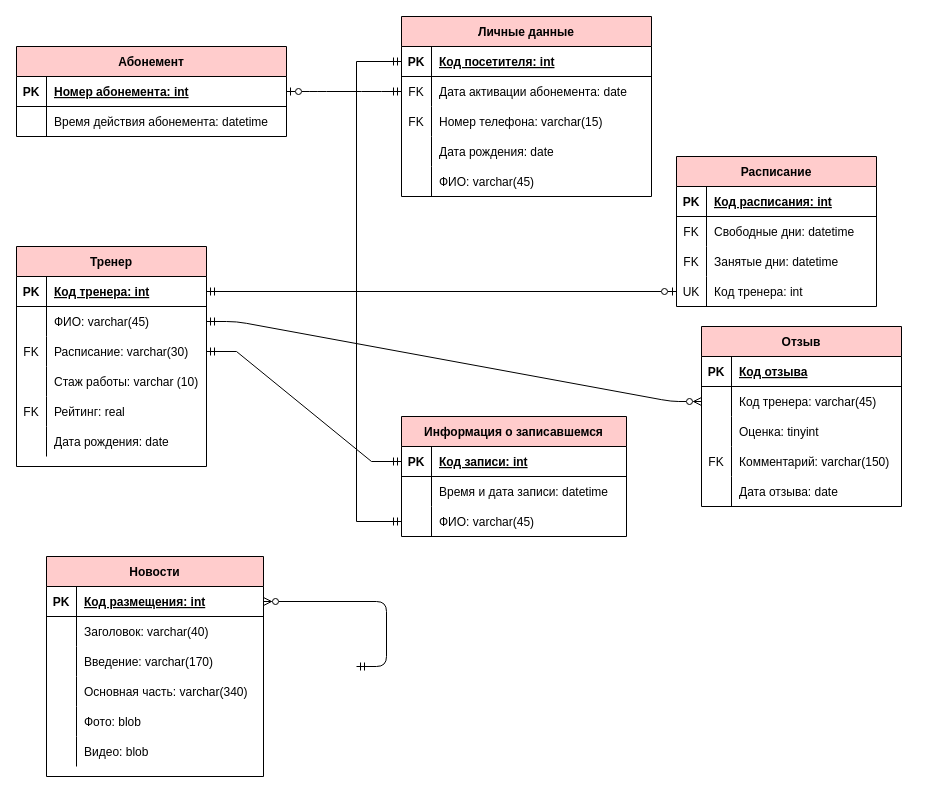
Above: page "Page-1" (1 of 2) of Diagrams/ER3.drawio in yuliapyrikova/- (draw.io), before the change. Source tidied: cells renumbered, new cells numbered last; positions are measured from the earlier drawing's top-left corner, leaving out a move shared by most shapes. Both pictures are drawn from the tidied source at 100%, with x=0, y=0 at pixel (16, 16).
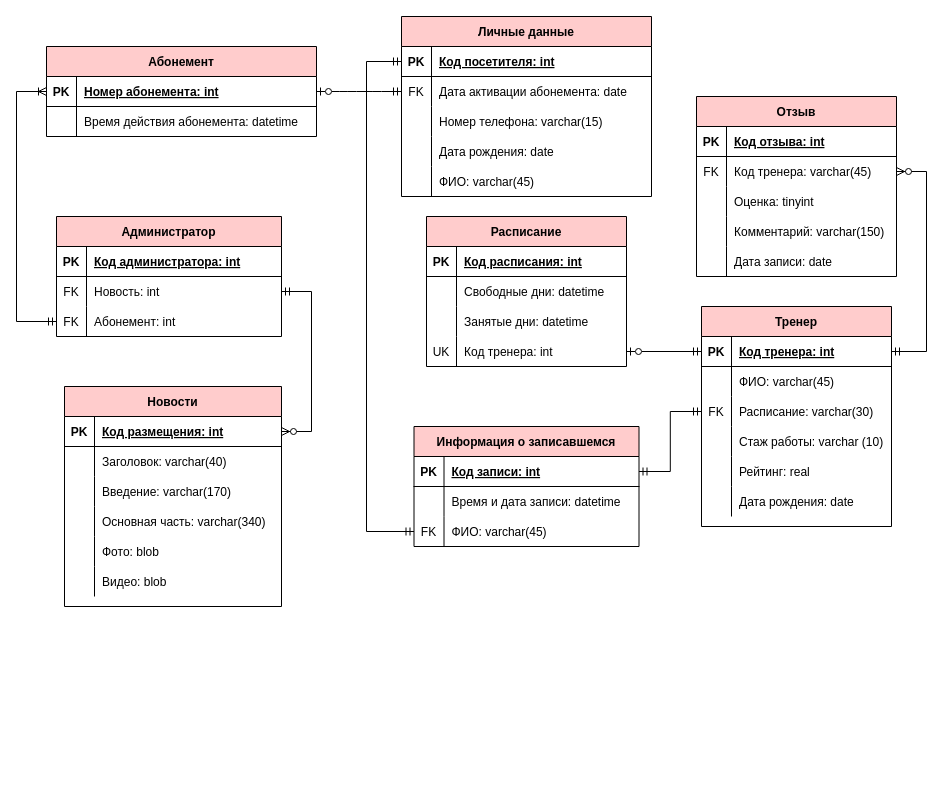
The same diagram, later.

Unchanged cells that the change refers to:
```xml
<mxCell id="3" style="shape=partialRectangle;fillColor=none;points=[[0,0.5],[1,0.5]];portConstraint=eastwest;top=0;left=0;right=0;bottom=1;strokeColor=#000000;fontColor=#000000;" parent="2" vertex="1">
  <mxGeometry y="30" width="250" height="30" as="geometry" />
</mxCell>
<mxCell id="9" style="shape=partialRectangle;fillColor=none;top=0;left=0;right=0;bottom=0;strokeColor=#000000;fontColor=#000000;" parent="2" vertex="1">
  <mxGeometry y="90" width="250" height="30" as="geometry" />
</mxCell>
<mxCell id="22" style="shape=partialRectangle;fillColor=none;top=0;left=0;right=0;bottom=0;strokeColor=#000000;fontColor=#000000;" parent="18" vertex="1">
  <mxGeometry y="60" width="200" height="30" as="geometry" />
</mxCell>
<mxCell id="25" style="shape=partialRectangle;fillColor=none;top=0;left=0;right=0;bottom=0;strokeColor=#000000;fontColor=#000000;" parent="18" vertex="1">
  <mxGeometry y="90" width="200" height="30" as="geometry" />
</mxCell>
<mxCell id="28" style="shape=partialRectangle;fillColor=none;top=0;left=0;bottom=0;right=0;points=[[0,0.5],[1,0.5]];portConstraint=eastwest;strokeColor=#000000;fontColor=#000000;" parent="18" vertex="1">
  <mxGeometry y="120" width="200" height="30" as="geometry" />
</mxCell>
<mxCell id="32" style="shape=partialRectangle;fillColor=none;points=[[0,0.5],[1,0.5]];portConstraint=eastwest;top=0;left=0;right=0;bottom=1;strokeColor=#000000;fontColor=#000000;" parent="31" vertex="1">
  <mxGeometry y="30" width="270" height="30" as="geometry" />
</mxCell>
<mxCell id="40" style="shape=partialRectangle;fillColor=none;top=0;left=0;bottom=1;right=0;points=[[0,0.5],[1,0.5]];portConstraint=eastwest;strokeColor=#000000;fontColor=#000000;" parent="39" vertex="1">
  <mxGeometry y="30" width="190" height="30" as="geometry" />
</mxCell>
<mxCell id="43" style="shape=partialRectangle;fillColor=none;top=0;left=0;bottom=0;right=0;points=[[0,0.5],[1,0.5]];portConstraint=eastwest;strokeColor=#000000;fontColor=#000000;" parent="39" vertex="1">
  <mxGeometry y="60" width="190" height="30" as="geometry" />
</mxCell>
<mxCell id="46" style="shape=partialRectangle;fillColor=none;top=0;left=0;bottom=0;right=0;points=[[0,0.5],[1,0.5]];portConstraint=eastwest;strokeColor=#000000;fontColor=#000000;" parent="39" vertex="1">
  <mxGeometry y="90" width="190" height="30" as="geometry" />
</mxCell>
<mxCell id="52" style="shape=partialRectangle;fillColor=none;top=0;left=0;bottom=0;right=0;strokeColor=#000000;fontColor=#000000;" parent="39" vertex="1">
  <mxGeometry y="150" width="190" height="30" as="geometry" />
</mxCell>
<mxCell id="60" style="shape=partialRectangle;fillColor=none;top=0;left=0;bottom=1;right=0;strokeColor=#000000;fontColor=#000000;" parent="59" vertex="1">
  <mxGeometry y="30" width="200" height="30" as="geometry" />
</mxCell>
<mxCell id="63" style="shape=partialRectangle;fillColor=none;top=0;left=0;bottom=0;right=0;points=[[0,0.5],[1,0.5]];portConstraint=eastwest;strokeColor=#000000;fontColor=#000000;" parent="59" vertex="1">
  <mxGeometry y="60" width="200" height="30" as="geometry" />
</mxCell>
<mxCell id="69" style="shape=partialRectangle;fillColor=none;top=0;left=0;bottom=0;right=0;strokeColor=#000000;fontColor=#000000;" parent="59" vertex="1">
  <mxGeometry y="120" width="200" height="30" as="geometry" />
</mxCell>
<mxCell id="72" style="shape=partialRectangle;fillColor=none;top=0;left=0;bottom=0;right=0;strokeColor=#000000;fontColor=#000000;" parent="59" vertex="1">
  <mxGeometry y="150" width="200" height="30" as="geometry" />
</mxCell>
<mxCell id="76" style="shape=partialRectangle;fillColor=none;top=0;left=0;bottom=1;right=0;points=[[0,0.5],[1,0.5]];portConstraint=eastwest;strokeColor=#000000;fontColor=#000000;" parent="75" vertex="1">
  <mxGeometry y="30" width="217" height="30" as="geometry" />
</mxCell>
<mxCell id="98" style="shape=partialRectangle;fillColor=none;points=[[0,0.5],[1,0.5]];portConstraint=eastwest;top=0;left=0;right=0;bottom=1;strokeColor=#000000;fontColor=#000000;" parent="97" vertex="1">
  <mxGeometry y="30" width="225" height="30" as="geometry" />
</mxCell>
<mxCell id="104" style="shape=partialRectangle;fillColor=none;top=0;left=0;bottom=0;right=0;points=[[0,0.5],[1,0.5]];portConstraint=eastwest;strokeColor=#000000;fontColor=#000000;" parent="97" vertex="1">
  <mxGeometry y="90" width="225" height="30" as="geometry" />
</mxCell>
```

Diff of the diagram source:
```diff
@@
-    <mxCell id="10" value="FK" style="shape=partialRectangle;overflow=hidden;fillColor=none;top=0;left=0;bottom=0;right=0;strokeColor=#000000;fontColor=#000000;" parent="9" vertex="1">
+    <mxCell id="10" style="shape=partialRectangle;overflow=hidden;fillColor=none;top=0;left=0;bottom=0;right=0;strokeColor=#000000;fontColor=#000000;" parent="9" vertex="1">
       <mxGeometry width="30" height="30" as="geometry" />
     </mxCell>
@@
     <mxCell id="18" value="Расписание" style="shape=table;startSize=30;childLayout=tableLayout;rowLines=0;fontStyle=1;align=center;fillColor=#FFCCCC;strokeColor=#000000;fontColor=#000000;" parent="1" vertex="1">
-      <mxGeometry x="660" y="140" width="200" height="150" as="geometry" />
+      <mxGeometry x="410" y="200" width="200" height="150" as="geometry" />
     </mxCell>
@@
-    <mxCell id="23" value="FK" style="shape=partialRectangle;overflow=hidden;fillColor=none;top=0;left=0;bottom=0;right=0;strokeColor=#000000;fontColor=#000000;" parent="22" vertex="1">
+    <mxCell id="23" style="shape=partialRectangle;overflow=hidden;fillColor=none;top=0;left=0;bottom=0;right=0;strokeColor=#000000;fontColor=#000000;" parent="22" vertex="1">
       <mxGeometry width="30" height="30" as="geometry" />
     </mxCell>
@@
-    <mxCell id="26" value="FK" style="shape=partialRectangle;overflow=hidden;fillColor=none;top=0;left=0;bottom=0;right=0;strokeColor=#000000;fontColor=#000000;" parent="25" vertex="1">
+    <mxCell id="26" style="shape=partialRectangle;overflow=hidden;fillColor=none;top=0;left=0;bottom=0;right=0;strokeColor=#000000;fontColor=#000000;" parent="25" vertex="1">
       <mxGeometry width="30" height="30" as="geometry" />
     </mxCell>
@@
     <mxCell id="31" value="Абонемент" style="shape=table;startSize=30;childLayout=tableLayout;rowLines=0;fontStyle=1;align=center;fillColor=#FFCCCC;strokeColor=#000000;fontColor=#000000;" parent="1" vertex="1">
-      <mxGeometry y="30" width="270" height="90" as="geometry" />
+      <mxGeometry x="30" y="30" width="270" height="90" as="geometry" />
     </mxCell>
@@
     <mxCell id="39" value="Тренер" style="shape=table;startSize=30;childLayout=tableLayout;rowLines=0;fontStyle=1;align=center;fillColor=#FFCCCC;strokeColor=#000000;fontColor=#000000;" parent="1" vertex="1">
-      <mxGeometry y="230" width="190" height="220" as="geometry" />
+      <mxGeometry x="685" y="290" width="190" height="220" as="geometry" />
     </mxCell>
@@
-    <mxCell id="53" value="FK" style="shape=partialRectangle;fillColor=none;top=0;left=0;bottom=0;right=0;overflow=hidden;strokeColor=#000000;fontColor=#000000;" parent="52" vertex="1">
+    <mxCell id="53" style="shape=partialRectangle;fillColor=none;top=0;left=0;bottom=0;right=0;overflow=hidden;strokeColor=#000000;fontColor=#000000;" parent="52" vertex="1">
       <mxGeometry width="30" height="30" as="geometry" />
     </mxCell>
@@
-    <mxCell id="58" style="edgeStyle=entityRelationEdgeStyle;fontSize=12;html=1;endArrow=ERzeroToOne;startArrow=ERmandOne;exitX=1;exitY=0.5;exitDx=0;exitDy=0;entryX=0;entryY=0.5;entryDx=0;entryDy=0;jumpStyle=sharp;strokeColor=#000000;fontColor=#000000;endFill=0;" parent="1" edge="1" source="40" target="28">
+    <mxCell id="58" style="edgeStyle=entityRelationEdgeStyle;fontSize=12;html=1;endArrow=ERzeroToOne;startArrow=ERmandOne;exitX=0;exitY=0.5;exitDx=0;exitDy=0;entryX=1;entryY=0.5;entryDx=0;entryDy=0;jumpStyle=sharp;strokeColor=#000000;fontColor=#000000;endFill=0;" parent="1" edge="1" source="40" target="28">
       <mxGeometry relative="1" as="geometry" />
     </mxCell>
     <mxCell id="59" value="Отзыв" style="shape=table;startSize=30;childLayout=tableLayout;rowLines=0;fontStyle=1;align=center;fillColor=#FFCCCC;strokeColor=#000000;fontColor=#000000;" parent="1" vertex="1">
-      <mxGeometry x="685" y="310" width="200" height="180" as="geometry" />
+      <mxGeometry x="680" y="80" width="200" height="180" as="geometry" />
     </mxCell>
@@
-    <mxCell id="62" value="Код отзыва" style="shape=partialRectangle;fillColor=none;top=0;left=0;bottom=0;right=0;align=left;spacingLeft=6;fontStyle=5;overflow=hidden;strokeColor=#000000;fontColor=#000000;" parent="60" vertex="1">
+    <mxCell id="62" value="Код отзыва: int" style="shape=partialRectangle;fillColor=none;top=0;left=0;bottom=0;right=0;align=left;spacingLeft=6;fontStyle=5;overflow=hidden;strokeColor=#000000;fontColor=#000000;" parent="60" vertex="1">
       <mxGeometry x="30" width="170" height="30" as="geometry" />
     </mxCell>
@@
-    <mxCell id="64" style="shape=partialRectangle;fillColor=none;top=0;left=0;bottom=0;right=0;overflow=hidden;strokeColor=#000000;fontColor=#000000;" parent="63" vertex="1">
+    <mxCell id="64" value="FK" style="shape=partialRectangle;fillColor=none;top=0;left=0;bottom=0;right=0;overflow=hidden;strokeColor=#000000;fontColor=#000000;" parent="63" vertex="1">
       <mxGeometry width="30" height="30" as="geometry" />
     </mxCell>
@@
-    <mxCell id="70" value="FK" style="shape=partialRectangle;fillColor=none;top=0;left=0;bottom=0;right=0;overflow=hidden;strokeColor=#000000;fontColor=#000000;" parent="69" vertex="1">
+    <mxCell id="70" style="shape=partialRectangle;fillColor=none;top=0;left=0;bottom=0;right=0;overflow=hidden;strokeColor=#000000;fontColor=#000000;" parent="69" vertex="1">
       <mxGeometry width="30" height="30" as="geometry" />
     </mxCell>
@@
-    <mxCell id="74" value="Дата отзыва: date" style="shape=partialRectangle;fillColor=none;top=0;left=0;bottom=0;right=0;align=left;spacingLeft=6;overflow=hidden;strokeColor=#000000;fontColor=#000000;" parent="72" vertex="1">
+    <mxCell id="74" value="Дата записи: date" style="shape=partialRectangle;fillColor=none;top=0;left=0;bottom=0;right=0;align=left;spacingLeft=6;overflow=hidden;strokeColor=#000000;fontColor=#000000;" parent="72" vertex="1">
       <mxGeometry x="30" width="170" height="30" as="geometry" />
     </mxCell>
     <mxCell id="75" value="Новости" style="shape=table;startSize=30;childLayout=tableLayout;rowLines=0;fontStyle=1;align=center;fillColor=#FFCCCC;strokeColor=#000000;fontColor=#000000;" parent="1" vertex="1">
-      <mxGeometry x="30" y="540" width="217" height="220" as="geometry" />
+      <mxGeometry x="48" y="370" width="217" height="220" as="geometry" />
     </mxCell>
@@
-    <mxCell id="94" style="edgeStyle=entityRelationEdgeStyle;fontSize=12;html=1;endArrow=ERzeroToMany;startArrow=ERmandOne;jumpStyle=sharp;endFill=0;elbow=vertical;entryX=0;entryY=0.5;entryDx=0;entryDy=0;strokeColor=#000000;fontColor=#000000;" parent="1" edge="1" source="43" target="63">
-      <mxGeometry relative="1" as="geometry" />
-    </mxCell>
-    <mxCell id="95" style="edgeStyle=entityRelationEdgeStyle;fontSize=12;html=1;endArrow=ERzeroToMany;startArrow=ERmandOne;endFill=0;strokeColor=#000000;fontColor=#000000;entryX=1;entryY=0.5;entryDx=0;entryDy=0;" parent="1" edge="1" target="76">
-      <mxGeometry relative="1" as="geometry">
-        <mxPoint x="340" y="650" as="sourcePoint" />
-      </mxGeometry>
-    </mxCell>
-    <mxCell id="96" style="edgeStyle=entityRelationEdgeStyle;fontSize=12;html=1;endArrow=ERmandOne;startArrow=ERmandOne;rounded=0;strokeColor=#000000;fontColor=#000000;fillColor=#f8cecc;exitX=1;exitY=0.5;exitDx=0;exitDy=0;entryX=0;entryY=0.5;entryDx=0;entryDy=0;elbow=vertical;" parent="1" edge="1" source="46" target="98">
+    <mxCell id="96" style="edgeStyle=orthogonalEdgeStyle;fontSize=12;html=1;endArrow=ERmandOne;startArrow=ERmandOne;rounded=0;strokeColor=#000000;fontColor=#000000;fillColor=#f8cecc;exitX=0;exitY=0.5;exitDx=0;exitDy=0;entryX=1;entryY=0.5;entryDx=0;entryDy=0;elbow=vertical;" parent="1" edge="1" source="46" target="98">
       <mxGeometry relative="1" as="geometry" />
     </mxCell>
     <mxCell id="97" value="Информация о записавшемся" style="shape=table;startSize=30;childLayout=tableLayout;rowLines=0;fontStyle=1;align=center;fillColor=#FFCCCC;strokeColor=#000000;fontColor=#000000;" parent="1" vertex="1">
-      <mxGeometry x="385" y="400" width="225" height="120" as="geometry" />
+      <mxGeometry x="397.5" y="410" width="225" height="120" as="geometry" />
     </mxCell>
@@
-    <mxCell id="105" style="shape=partialRectangle;fillColor=none;top=0;left=0;bottom=0;right=0;overflow=hidden;strokeColor=#000000;fontColor=#000000;" parent="104" vertex="1">
+    <mxCell id="105" value="FK" style="shape=partialRectangle;fillColor=none;top=0;left=0;bottom=0;right=0;overflow=hidden;strokeColor=#000000;fontColor=#000000;" parent="104" vertex="1">
       <mxGeometry width="30" height="30" as="geometry" />
     </mxCell>
@@
-    <mxCell id="107" style="edgeStyle=orthogonalEdgeStyle;fontSize=12;html=1;endArrow=ERmandOne;startArrow=ERmandOne;rounded=0;strokeColor=#000000;fontColor=#000000;fillColor=#f8cecc;exitX=0;exitY=0.5;exitDx=0;exitDy=0;entryX=0;entryY=0.5;entryDx=0;entryDy=0;elbow=vertical;" parent="1" edge="1" source="3" target="104">
+    <mxCell id="107" style="edgeStyle=orthogonalEdgeStyle;fontSize=12;html=1;endArrow=ERmandOne;startArrow=ERmandOne;rounded=0;strokeColor=#000000;fontColor=#000000;fillColor=#f8cecc;exitX=0;exitY=0.5;exitDx=0;exitDy=0;entryX=0;entryY=0.5;entryDx=0;entryDy=0;" parent="1" edge="1" source="3" target="104">
       <mxGeometry relative="1" as="geometry">
         <Array as="points">
-          <mxPoint x="340" y="45" />
-          <mxPoint x="340" y="505" />
+          <mxPoint x="350" y="45" />
+          <mxPoint x="350" y="515" />
         </Array>
       </mxGeometry>
     </mxCell>
+    <mxCell id="108" value="Администратор" style="shape=table;startSize=30;childLayout=tableLayout;rowLines=0;fontStyle=1;align=center;fillColor=#FFCCCC;strokeColor=#000000;fontColor=#000000;" parent="1" vertex="1">
+      <mxGeometry x="40" y="200" width="225" height="120" as="geometry" />
+    </mxCell>
+    <mxCell id="109" style="shape=partialRectangle;fillColor=none;top=0;left=0;right=0;bottom=1;strokeColor=#000000;fontColor=#000000;" parent="108" vertex="1">
+      <mxGeometry y="30" width="225" height="30" as="geometry" />
+    </mxCell>
+    <mxCell id="110" value="PK" style="shape=partialRectangle;overflow=hidden;fillColor=none;top=0;left=0;bottom=0;right=0;fontStyle=1;strokeColor=#000000;fontColor=#000000;" parent="109" vertex="1">
+      <mxGeometry width="30" height="30" as="geometry" />
+    </mxCell>
+    <mxCell id="111" value="Код администратора: int" style="shape=partialRectangle;overflow=hidden;fillColor=none;top=0;left=0;bottom=0;right=0;align=left;spacingLeft=6;fontStyle=5;strokeColor=#000000;fontColor=#000000;" parent="109" vertex="1">
+      <mxGeometry x="30" width="195" height="30" as="geometry" />
+    </mxCell>
+    <mxCell id="112" style="shape=partialRectangle;fillColor=none;top=0;left=0;bottom=0;right=0;points=[[0,0.5],[1,0.5]];portConstraint=eastwest;strokeColor=#000000;fontColor=#000000;" parent="108" vertex="1">
+      <mxGeometry y="60" width="225" height="30" as="geometry" />
+    </mxCell>
+    <mxCell id="113" value="FK" style="shape=partialRectangle;fillColor=none;top=0;left=0;bottom=0;right=0;overflow=hidden;strokeColor=#000000;fontColor=#000000;" parent="112" vertex="1">
+      <mxGeometry width="30" height="30" as="geometry" />
+    </mxCell>
+    <mxCell id="114" value="Новость: int" style="shape=partialRectangle;fillColor=none;top=0;left=0;bottom=0;right=0;align=left;spacingLeft=6;overflow=hidden;strokeColor=#000000;fontColor=#000000;" parent="112" vertex="1">
+      <mxGeometry x="30" width="195" height="30" as="geometry" />
+    </mxCell>
+    <mxCell id="115" style="shape=partialRectangle;fillColor=none;top=0;left=0;bottom=0;right=0;points=[[0,0.5],[1,0.5]];portConstraint=eastwest;strokeColor=#000000;fontColor=#000000;" parent="108" vertex="1">
+      <mxGeometry y="90" width="225" height="30" as="geometry" />
+    </mxCell>
+    <mxCell id="116" value="FK" style="shape=partialRectangle;fillColor=none;top=0;left=0;bottom=0;right=0;overflow=hidden;strokeColor=#000000;fontColor=#000000;" parent="115" vertex="1">
+      <mxGeometry width="30" height="30" as="geometry" />
+    </mxCell>
+    <mxCell id="117" value="Абонемент: int" style="shape=partialRectangle;fillColor=none;top=0;left=0;bottom=0;right=0;align=left;spacingLeft=6;overflow=hidden;strokeColor=#000000;fontColor=#000000;" parent="115" vertex="1">
+      <mxGeometry x="30" width="195" height="30" as="geometry" />
+    </mxCell>
+    <mxCell id="118" style="edgeStyle=orthogonalEdgeStyle;fontSize=12;html=1;endArrow=ERoneToMany;startArrow=ERmandOne;rounded=0;shadow=0;entryX=0;entryY=0.5;entryDx=0;entryDy=0;exitX=0;exitY=0.5;exitDx=0;exitDy=0;" parent="1" edge="1" source="115" target="32">
+      <mxGeometry relative="1" as="geometry">
+        <Array as="points">
+          <mxPoint y="305" />
+          <mxPoint y="75" />
+        </Array>
+      </mxGeometry>
+    </mxCell>
+    <mxCell id="119" style="edgeStyle=entityRelationEdgeStyle;fontSize=12;html=1;endArrow=ERzeroToMany;startArrow=ERmandOne;rounded=0;shadow=0;entryX=1;entryY=0.5;entryDx=0;entryDy=0;exitX=1;exitY=0.5;exitDx=0;exitDy=0;" parent="1" edge="1" source="112" target="76">
+      <mxGeometry relative="1" as="geometry" />
+    </mxCell>
+    <mxCell id="120" style="edgeStyle=orthogonalEdgeStyle;fontSize=12;html=1;endArrow=ERzeroToMany;startArrow=ERmandOne;rounded=0;shadow=0;exitX=1;exitY=0.5;exitDx=0;exitDy=0;entryX=1;entryY=0.5;entryDx=0;entryDy=0;" parent="1" edge="1" source="40" target="63">
+      <mxGeometry relative="1" as="geometry">
+        <Array as="points">
+          <mxPoint x="910" y="335" />
+          <mxPoint x="910" y="155" />
+        </Array>
+      </mxGeometry>
+    </mxCell>
```
